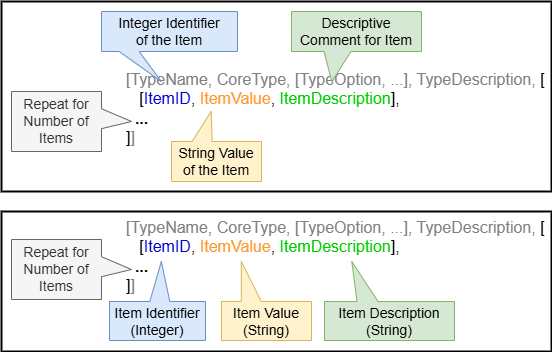
oasis-tcs/openc2-jadn-im keeps this draw.io diagram as images/JADN-with-items-json-ALT.drawio.png. Above is the earlier version. Source tidied: cells renumbered, new cells last; positions are measured from the earlier drawing's top-left corner, leaving out a move shared by most shapes. Its diagram source:
```xml
<mxGraphModel background="#ffffff">
  <root>
    <mxCell id="0" />
    <mxCell id="1" value="Background" parent="0" />
    <mxCell id="2" style="rounded=0;whiteSpace=wrap;html=1;fontSize=16;fontColor=#00CC00;fillColor=default;strokeWidth=2;" parent="1" vertex="1">
      <mxGeometry width="550" height="190" as="geometry" />
    </mxCell>
    <mxCell id="3" style="rounded=0;whiteSpace=wrap;html=1;fontSize=16;fontColor=#00CC00;fillColor=default;strokeWidth=2;" parent="1" vertex="1">
      <mxGeometry y="210" width="550" height="140" as="geometry" />
    </mxCell>
    <mxCell id="4" value="Image" parent="0" />
    <mxCell id="5" value="&lt;font color=&quot;#808080&quot;&gt;[&lt;font style=&quot;font-size: 16px;&quot;&gt;TypeName&lt;/font&gt;, &lt;font style=&quot;font-size: 16px;&quot;&gt;CoreType&lt;/font&gt;, &lt;font style=&quot;font-size: 16px;&quot;&gt;[TypeOption, ...]&lt;/font&gt;, &lt;font style=&quot;font-size: 16px;&quot;&gt;TypeDescription&lt;/font&gt;, &lt;/font&gt;[&lt;br&gt;&lt;div style=&quot;&quot;&gt;&lt;span style=&quot;background-color: initial;&quot;&gt;&amp;nbsp;&amp;nbsp;&lt;/span&gt;&lt;font style=&quot;background-color: initial;&quot;&gt;&amp;nbsp;[&lt;font color=&quot;#0000cc&quot;&gt;ItemID&lt;/font&gt;, &lt;font color=&quot;#ff9933&quot;&gt;ItemValue&lt;/font&gt;, &lt;font color=&quot;#00cc00&quot;&gt;ItemDescription&lt;/font&gt;],&lt;/font&gt;&lt;/div&gt;&lt;div style=&quot;&quot;&gt;&lt;span style=&quot;background-color: initial;&quot;&gt;&amp;nbsp; &lt;b&gt;...&lt;/b&gt;&lt;/span&gt;&lt;/div&gt;&lt;div style=&quot;&quot;&gt;&lt;span style=&quot;background-color: initial;&quot;&gt;]&lt;font color=&quot;#808080&quot;&gt;]&lt;/font&gt;&lt;/span&gt;&lt;/div&gt;" style="text;html=1;strokeColor=none;fillColor=none;align=left;verticalAlign=middle;whiteSpace=wrap;rounded=0;fontSize=16;" parent="4" vertex="1">
      <mxGeometry x="123" y="92" width="427" height="30" as="geometry" />
    </mxCell>
    <mxCell id="6" value="Repeat for Number of Items" style="shape=callout;whiteSpace=wrap;html=1;perimeter=calloutPerimeter;fontSize=14;fillColor=#f5f5f5;strokeColor=#666666;flipV=0;size=30;position=0.38;position2=0.5;fontColor=#333333;direction=north;" parent="4" vertex="1">
      <mxGeometry x="10" y="90" width="120" height="60" as="geometry" />
    </mxCell>
    <mxCell id="7" value="String Value&lt;br&gt;of the Item" style="shape=callout;whiteSpace=wrap;html=1;perimeter=calloutPerimeter;fontSize=14;fillColor=#fff2cc;strokeColor=#d6b656;position2=0.44;flipV=1;base=20;size=30;position=0.23;" parent="4" vertex="1">
      <mxGeometry x="170" y="110" width="90" height="70" as="geometry" />
    </mxCell>
    <mxCell id="8" value="Integer Identifier &lt;br&gt;of the Item" style="shape=callout;whiteSpace=wrap;html=1;perimeter=calloutPerimeter;fontSize=14;fillColor=#dae8fc;strokeColor=#6c8ebf;flipV=0;size=30;position=0.13;position2=0.44;" parent="4" vertex="1">
      <mxGeometry x="100" y="10" width="136" height="70" as="geometry" />
    </mxCell>
    <mxCell id="9" value="Descriptive Comment for Item" style="shape=callout;whiteSpace=wrap;html=1;perimeter=calloutPerimeter;fontSize=14;fillColor=#d5e8d4;strokeColor=#82b366;flipV=0;size=30;position=0.25;base=27;position2=0.31;" parent="4" vertex="1">
      <mxGeometry x="290" y="10" width="130" height="70" as="geometry" />
    </mxCell>
    <mxCell id="10" value="&lt;font color=&quot;#808080&quot;&gt;[&lt;font style=&quot;font-size: 16px;&quot;&gt;TypeName&lt;/font&gt;, &lt;font style=&quot;font-size: 16px;&quot;&gt;CoreType&lt;/font&gt;, &lt;font style=&quot;font-size: 16px;&quot;&gt;[TypeOption, ...]&lt;/font&gt;, &lt;font style=&quot;font-size: 16px;&quot;&gt;TypeDescription&lt;/font&gt;, &lt;/font&gt;[&lt;br&gt;&lt;div style=&quot;&quot;&gt;&lt;span style=&quot;background-color: initial;&quot;&gt;&amp;nbsp;&amp;nbsp;&lt;/span&gt;&lt;font style=&quot;background-color: initial;&quot;&gt;&amp;nbsp;[&lt;font color=&quot;#0000cc&quot;&gt;ItemID&lt;/font&gt;, &lt;font color=&quot;#ff9933&quot;&gt;ItemValue&lt;/font&gt;, &lt;font color=&quot;#00cc00&quot;&gt;ItemDescription&lt;/font&gt;],&lt;/font&gt;&lt;/div&gt;&lt;div style=&quot;&quot;&gt;&lt;span style=&quot;background-color: initial;&quot;&gt;&amp;nbsp; &lt;b&gt;...&lt;/b&gt;&lt;/span&gt;&lt;/div&gt;&lt;div style=&quot;&quot;&gt;&lt;span style=&quot;background-color: initial;&quot;&gt;]&lt;font color=&quot;#808080&quot;&gt;]&lt;/font&gt;&lt;/span&gt;&lt;/div&gt;" style="text;html=1;strokeColor=none;fillColor=none;align=left;verticalAlign=middle;whiteSpace=wrap;rounded=0;fontSize=16;" parent="4" vertex="1">
      <mxGeometry x="123" y="240" width="427" height="30" as="geometry" />
    </mxCell>
    <mxCell id="11" value="Repeat for Number of Items" style="shape=callout;whiteSpace=wrap;html=1;perimeter=calloutPerimeter;fontSize=14;fillColor=#f5f5f5;strokeColor=#666666;flipV=0;size=30;position=0.38;position2=0.5;fontColor=#333333;direction=north;" parent="4" vertex="1">
      <mxGeometry x="10" y="238" width="120" height="60" as="geometry" />
    </mxCell>
    <mxCell id="12" value="Item Value&lt;br&gt;(String)" style="shape=callout;whiteSpace=wrap;html=1;perimeter=calloutPerimeter;fontSize=14;fillColor=#fff2cc;strokeColor=#d6b656;position2=0.22;flipV=1;base=20;size=40;position=0.22;" parent="4" vertex="1">
      <mxGeometry x="220" y="260" width="90" height="79" as="geometry" />
    </mxCell>
    <mxCell id="13" value="Item Identifier &lt;br&gt;(Integer)" style="shape=callout;whiteSpace=wrap;html=1;perimeter=calloutPerimeter;fontSize=14;fillColor=#dae8fc;strokeColor=#6c8ebf;flipV=1;size=40;position=0.42;position2=0.54;" parent="4" vertex="1">
      <mxGeometry x="108" y="260" width="96" height="79" as="geometry" />
    </mxCell>
    <mxCell id="14" value="Item Description (String)" style="shape=callout;whiteSpace=wrap;html=1;perimeter=calloutPerimeter;fontSize=14;fillColor=#d5e8d4;strokeColor=#82b366;flipV=1;size=40;position=0.25;base=21;position2=0.21;" parent="4" vertex="1">
      <mxGeometry x="323" y="260" width="130" height="79" as="geometry" />
    </mxCell>
  </root>
</mxGraphModel>
```
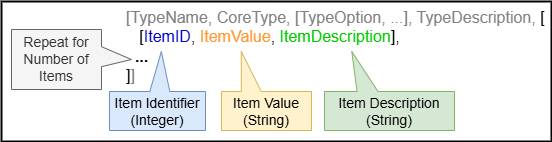
After the commit.

Commit message:
remove as-is from -items- type structure diagram

What changed in the source:
```diff
@@ -2,28 +2,10 @@
   <root>
     <mxCell id="0" />
     <mxCell id="1" value="Background" parent="0" />
-    <mxCell id="2" style="rounded=0;whiteSpace=wrap;html=1;fontSize=16;fontColor=#00CC00;fillColor=default;strokeWidth=2;" parent="1" vertex="1">
-      <mxGeometry width="550" height="190" as="geometry" />
-    </mxCell>
     <mxCell id="3" style="rounded=0;whiteSpace=wrap;html=1;fontSize=16;fontColor=#00CC00;fillColor=default;strokeWidth=2;" parent="1" vertex="1">
       <mxGeometry y="210" width="550" height="140" as="geometry" />
     </mxCell>
     <mxCell id="4" value="Image" parent="0" />
-    <mxCell id="5" value="&lt;font color=&quot;#808080&quot;&gt;[&lt;font style=&quot;font-size: 16px;&quot;&gt;TypeName&lt;/font&gt;, &lt;font style=&quot;font-size: 16px;&quot;&gt;CoreType&lt;/font&gt;, &lt;font style=&quot;font-size: 16px;&quot;&gt;[TypeOption, ...]&lt;/font&gt;, &lt;font style=&quot;font-size: 16px;&quot;&gt;TypeDescription&lt;/font&gt;, &lt;/font&gt;[&lt;br&gt;&lt;div style=&quot;&quot;&gt;&lt;span style=&quot;background-color: initial;&quot;&gt;&amp;nbsp;&amp;nbsp;&lt;/span&gt;&lt;font style=&quot;background-color: initial;&quot;&gt;&amp;nbsp;[&lt;font color=&quot;#0000cc&quot;&gt;ItemID&lt;/font&gt;, &lt;font color=&quot;#ff9933&quot;&gt;ItemValue&lt;/font&gt;, &lt;font color=&quot;#00cc00&quot;&gt;ItemDescription&lt;/font&gt;],&lt;/font&gt;&lt;/div&gt;&lt;div style=&quot;&quot;&gt;&lt;span style=&quot;background-color: initial;&quot;&gt;&amp;nbsp; &lt;b&gt;...&lt;/b&gt;&lt;/span&gt;&lt;/div&gt;&lt;div style=&quot;&quot;&gt;&lt;span style=&quot;background-color: initial;&quot;&gt;]&lt;font color=&quot;#808080&quot;&gt;]&lt;/font&gt;&lt;/span&gt;&lt;/div&gt;" style="text;html=1;strokeColor=none;fillColor=none;align=left;verticalAlign=middle;whiteSpace=wrap;rounded=0;fontSize=16;" parent="4" vertex="1">
-      <mxGeometry x="123" y="92" width="427" height="30" as="geometry" />
-    </mxCell>
-    <mxCell id="6" value="Repeat for Number of Items" style="shape=callout;whiteSpace=wrap;html=1;perimeter=calloutPerimeter;fontSize=14;fillColor=#f5f5f5;strokeColor=#666666;flipV=0;size=30;position=0.38;position2=0.5;fontColor=#333333;direction=north;" parent="4" vertex="1">
-      <mxGeometry x="10" y="90" width="120" height="60" as="geometry" />
-    </mxCell>
-    <mxCell id="7" value="String Value&lt;br&gt;of the Item" style="shape=callout;whiteSpace=wrap;html=1;perimeter=calloutPerimeter;fontSize=14;fillColor=#fff2cc;strokeColor=#d6b656;position2=0.44;flipV=1;base=20;size=30;position=0.23;" parent="4" vertex="1">
-      <mxGeometry x="170" y="110" width="90" height="70" as="geometry" />
-    </mxCell>
-    <mxCell id="8" value="Integer Identifier &lt;br&gt;of the Item" style="shape=callout;whiteSpace=wrap;html=1;perimeter=calloutPerimeter;fontSize=14;fillColor=#dae8fc;strokeColor=#6c8ebf;flipV=0;size=30;position=0.13;position2=0.44;" parent="4" vertex="1">
-      <mxGeometry x="100" y="10" width="136" height="70" as="geometry" />
-    </mxCell>
-    <mxCell id="9" value="Descriptive Comment for Item" style="shape=callout;whiteSpace=wrap;html=1;perimeter=calloutPerimeter;fontSize=14;fillColor=#d5e8d4;strokeColor=#82b366;flipV=0;size=30;position=0.25;base=27;position2=0.31;" parent="4" vertex="1">
-      <mxGeometry x="290" y="10" width="130" height="70" as="geometry" />
-    </mxCell>
     <mxCell id="10" value="&lt;font color=&quot;#808080&quot;&gt;[&lt;font style=&quot;font-size: 16px;&quot;&gt;TypeName&lt;/font&gt;, &lt;font style=&quot;font-size: 16px;&quot;&gt;CoreType&lt;/font&gt;, &lt;font style=&quot;font-size: 16px;&quot;&gt;[TypeOption, ...]&lt;/font&gt;, &lt;font style=&quot;font-size: 16px;&quot;&gt;TypeDescription&lt;/font&gt;, &lt;/font&gt;[&lt;br&gt;&lt;div style=&quot;&quot;&gt;&lt;span style=&quot;background-color: initial;&quot;&gt;&amp;nbsp;&amp;nbsp;&lt;/span&gt;&lt;font style=&quot;background-color: initial;&quot;&gt;&amp;nbsp;[&lt;font color=&quot;#0000cc&quot;&gt;ItemID&lt;/font&gt;, &lt;font color=&quot;#ff9933&quot;&gt;ItemValue&lt;/font&gt;, &lt;font color=&quot;#00cc00&quot;&gt;ItemDescription&lt;/font&gt;],&lt;/font&gt;&lt;/div&gt;&lt;div style=&quot;&quot;&gt;&lt;span style=&quot;background-color: initial;&quot;&gt;&amp;nbsp; &lt;b&gt;...&lt;/b&gt;&lt;/span&gt;&lt;/div&gt;&lt;div style=&quot;&quot;&gt;&lt;span style=&quot;background-color: initial;&quot;&gt;]&lt;font color=&quot;#808080&quot;&gt;]&lt;/font&gt;&lt;/span&gt;&lt;/div&gt;" style="text;html=1;strokeColor=none;fillColor=none;align=left;verticalAlign=middle;whiteSpace=wrap;rounded=0;fontSize=16;" parent="4" vertex="1">
       <mxGeometry x="123" y="240" width="427" height="30" as="geometry" />
     </mxCell>
```
